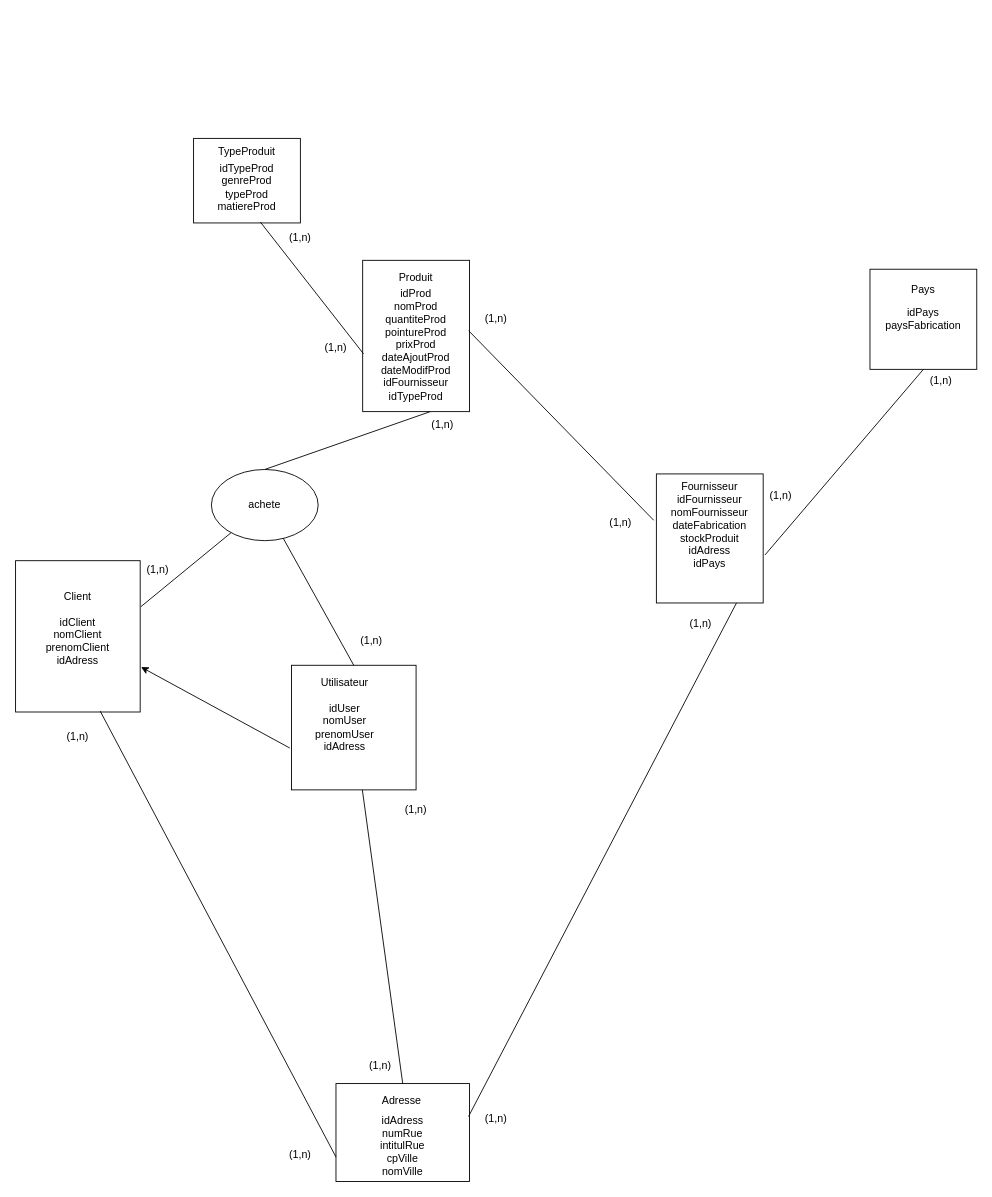
Willremi/Groupe6 keeps this draw.io diagram as ExercicesBDD/chaussure.drawio. Above is the earlier version. Source tidied: cells renumbered, new cells numbered last; positions are measured from the earlier drawing's top-left corner, leaving out a move shared by most shapes. Both pictures are drawn from the tidied source at 89%, with x=0, y=0 at pixel (15, 138).
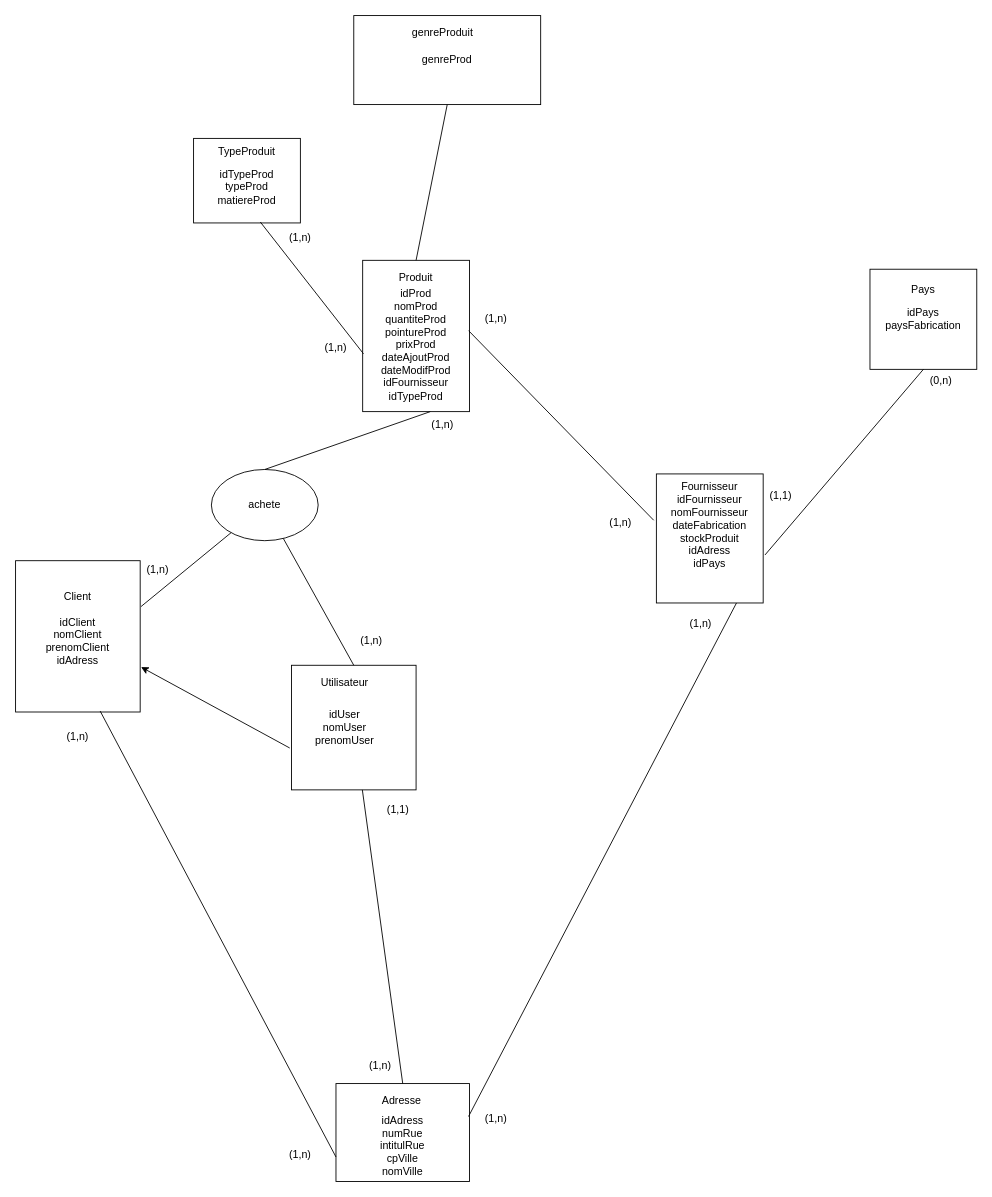
After the change.

Commit message:
Mettre à jour chaussure.drawio

Unchanged cells that the change refers to:
```xml
<mxCell id="18" style="rounded=0;whiteSpace=wrap;html=1;" parent="1" vertex="1">
  <mxGeometry x="390" y="137" width="120" height="170" as="geometry" />
</mxCell>
```

The edit, as a diff of the source:
```diff
@@
-    <mxCell id="4" value="idUser&lt;br&gt;nomUser&lt;br&gt;prenomUser&lt;br&gt;idAdress" style="text;html=1;strokeColor=none;fillColor=none;align=center;verticalAlign=middle;whiteSpace=wrap;rounded=0;" parent="1" vertex="1">
+    <mxCell id="4" value="idUser&lt;br&gt;nomUser&lt;br&gt;prenomUser" style="text;html=1;strokeColor=none;fillColor=none;align=center;verticalAlign=middle;whiteSpace=wrap;rounded=0;" parent="1" vertex="1">
       <mxGeometry x="350" y="652" width="40" height="20" as="geometry" />
     </mxCell>
@@
-    <mxCell id="13" value="(1,n)" style="text;html=1;strokeColor=none;fillColor=none;align=center;verticalAlign=middle;whiteSpace=wrap;rounded=0;" parent="1" vertex="1">
-      <mxGeometry x="430" y="744.5" width="40" height="20" as="geometry" />
+    <mxCell id="13" value="(1,1)" style="text;html=1;strokeColor=none;fillColor=none;align=center;verticalAlign=middle;whiteSpace=wrap;rounded=0;" parent="1" vertex="1">
+      <mxGeometry x="410" y="744.5" width="40" height="20" as="geometry" />
     </mxCell>
@@
-    <mxCell id="23" value="idTypeProd&lt;br&gt;genreProd&lt;br&gt;typeProd&lt;br&gt;matiereProd" style="text;html=1;strokeColor=none;fillColor=none;align=center;verticalAlign=middle;whiteSpace=wrap;rounded=0;" parent="1" vertex="1">
+    <mxCell id="23" value="idTypeProd&lt;br&gt;typeProd&lt;br&gt;matiereProd" style="text;html=1;strokeColor=none;fillColor=none;align=center;verticalAlign=middle;whiteSpace=wrap;rounded=0;" parent="1" vertex="1">
       <mxGeometry x="240" y="45" width="40" height="20" as="geometry" />
     </mxCell>
@@
-    <mxCell id="45" value="(1,n)" style="text;html=1;strokeColor=none;fillColor=none;align=center;verticalAlign=middle;whiteSpace=wrap;rounded=0;" parent="1" vertex="1">
+    <mxCell id="45" value="(0,n)" style="text;html=1;strokeColor=none;fillColor=none;align=center;verticalAlign=middle;whiteSpace=wrap;rounded=0;" parent="1" vertex="1">
       <mxGeometry x="1020" y="262" width="40" height="20" as="geometry" />
     </mxCell>
-    <mxCell id="46" value="(1,n)" style="text;html=1;strokeColor=none;fillColor=none;align=center;verticalAlign=middle;whiteSpace=wrap;rounded=0;" parent="1" vertex="1">
+    <mxCell id="46" value="(1,1)" style="text;html=1;strokeColor=none;fillColor=none;align=center;verticalAlign=middle;whiteSpace=wrap;rounded=0;" parent="1" vertex="1">
       <mxGeometry x="840" y="392" width="40" height="20" as="geometry" />
     </mxCell>
@@
+    <mxCell id="50" value="&lt;span style=&quot;white-space: normal&quot;&gt;genreProd&lt;/span&gt;" style="rounded=0;whiteSpace=wrap;html=1;" parent="1" vertex="1">
+      <mxGeometry x="380" y="-138" width="210" height="100" as="geometry" />
+    </mxCell>
+    <mxCell id="51" value="genreProduit" style="text;html=1;strokeColor=none;fillColor=none;align=center;verticalAlign=middle;whiteSpace=wrap;rounded=0;" parent="1" vertex="1">
+      <mxGeometry x="460" y="-128" width="40" height="20" as="geometry" />
+    </mxCell>
+    <mxCell id="52" style="endArrow=none;html=1;entryX=0.5;entryY=1;entryDx=0;entryDy=0;exitX=0.5;exitY=0;exitDx=0;exitDy=0;" parent="1" edge="1" source="18" target="50">
+      <mxGeometry relative="1" as="geometry" />
+    </mxCell>
```
